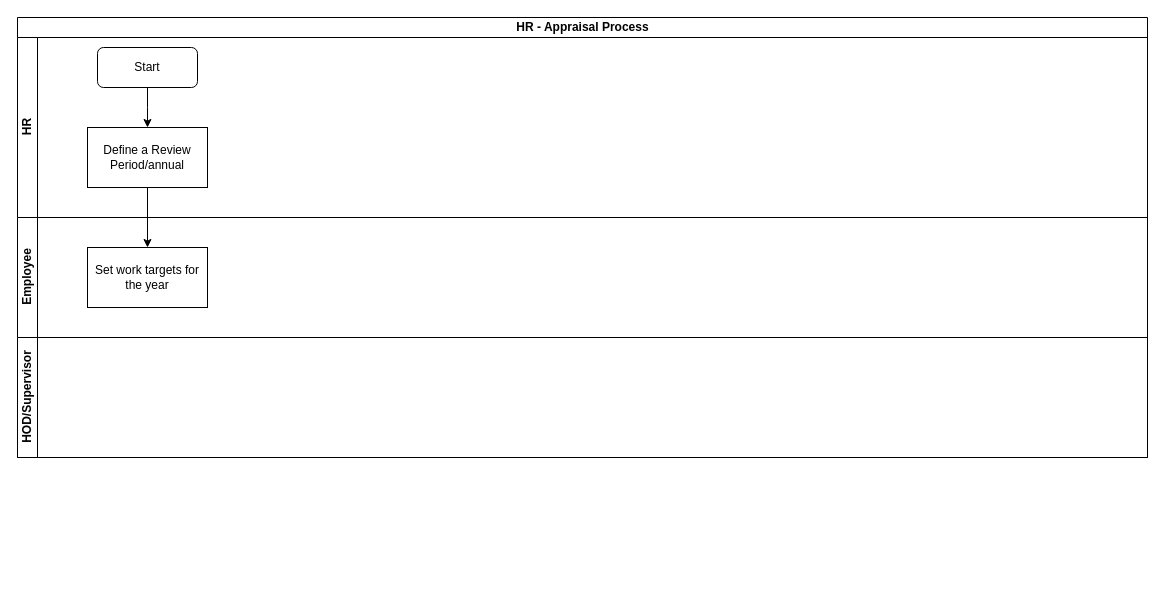
kmagua/flowcharts keeps this draw.io diagram as HR- Staff Performance Appraisal.drawio. Above is the earlier version. Source tidied: cells renumbered, new cells numbered last; positions are measured from the earlier drawing's top-left corner, leaving out a move shared by most shapes. Both pictures are drawn from the tidied source at 100%, with x=0, y=0 at pixel (17, 17).
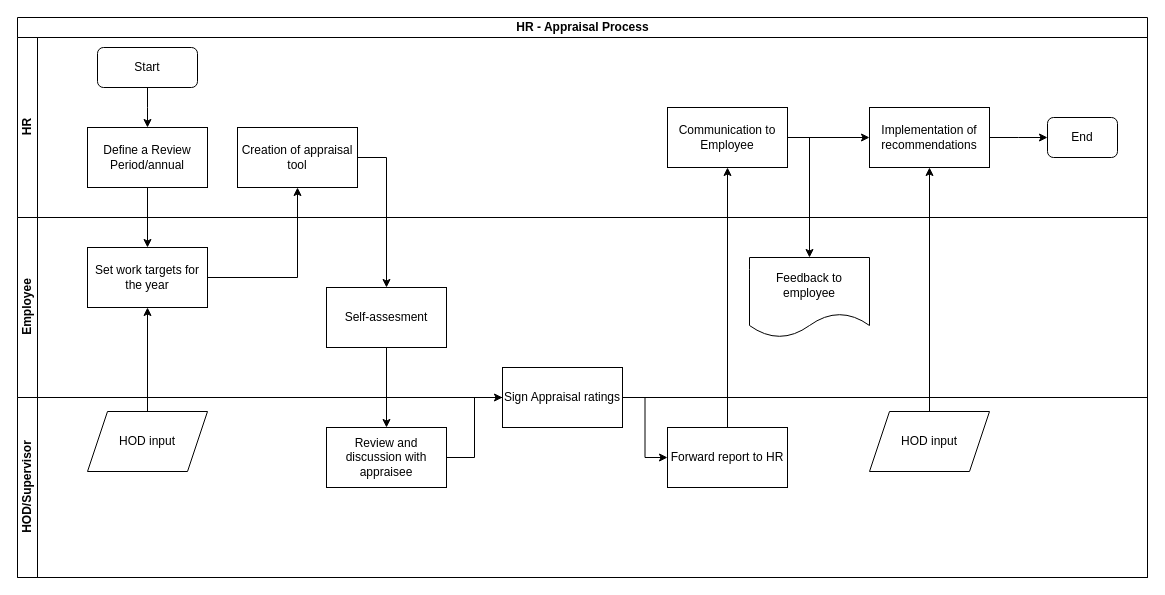
The same diagram, later.

Unchanged cells that the change refers to:
```xml
<mxCell id="3" value="HR" style="swimlane;html=1;startSize=20;horizontal=0;" parent="2" vertex="1">
  <mxGeometry y="20" width="1130" height="180" as="geometry" />
</mxCell>
<mxCell id="7" value="Set work targets for the year" style="whiteSpace=wrap;html=1;rounded=0;" parent="6" vertex="1">
  <mxGeometry x="70" y="30" width="120" height="60" as="geometry" />
</mxCell>
```

Change to the diagram source:
```diff
@@
     <mxCell id="2" value="HR - Appraisal Process" style="swimlane;html=1;horizontal=1;startSize=20;" parent="1" vertex="1">
-      <mxGeometry width="1130" height="440" as="geometry" />
+      <mxGeometry width="1130" height="560" as="geometry" />
     </mxCell>
@@
+    <mxCell id="11" value="End" style="rounded=1;whiteSpace=wrap;html=1;" parent="3" vertex="1">
+      <mxGeometry x="1030" y="80" width="70" height="40" as="geometry" />
+    </mxCell>
+    <mxCell id="12" value="Communication to Employee" style="whiteSpace=wrap;html=1;rounded=0;" parent="3" vertex="1">
+      <mxGeometry x="650" y="70" width="120" height="60" as="geometry" />
+    </mxCell>
@@
+    <mxCell id="13" value="Creation of appraisal tool" style="whiteSpace=wrap;html=1;rounded=0;" parent="3" vertex="1">
+      <mxGeometry x="220" y="90" width="120" height="60" as="geometry" />
+    </mxCell>
+    <mxCell id="14" value="Implementation of recommendations" style="rounded=0;whiteSpace=wrap;html=1;" parent="3" vertex="1">
+      <mxGeometry x="852" y="70" width="120" height="60" as="geometry" />
+    </mxCell>
+    <mxCell id="15" style="endArrow=classic;html=1;entryX=0;entryY=0.5;entryDx=0;entryDy=0;exitX=1;exitY=0.5;exitDx=0;exitDy=0;" parent="3" edge="1" source="12" target="14">
+      <mxGeometry relative="1" as="geometry" />
+    </mxCell>
     <mxCell id="6" value="Employee" style="swimlane;html=1;startSize=20;horizontal=0;" parent="2" vertex="1">
-      <mxGeometry y="200" width="1130" height="120" as="geometry" />
+      <mxGeometry y="200" width="1130" height="180" as="geometry" />
     </mxCell>
@@
+    <mxCell id="16" value="Feedback to employee" style="shape=document;whiteSpace=wrap;html=1;boundedLbl=1;rounded=0;" parent="6" vertex="1">
+      <mxGeometry x="732" y="40" width="120" height="80" as="geometry" />
+    </mxCell>
+    <mxCell id="17" value="Self-assesment" style="whiteSpace=wrap;html=1;rounded=0;" parent="6" vertex="1">
+      <mxGeometry x="309" y="70" width="120" height="60" as="geometry" />
+    </mxCell>
     <mxCell id="8" value="HOD/Supervisor" style="swimlane;html=1;startSize=20;horizontal=0;" parent="2" vertex="1">
-      <mxGeometry y="320" width="1130" height="120" as="geometry" />
+      <mxGeometry y="380" width="1130" height="180" as="geometry" />
     </mxCell>
+    <mxCell id="18" value="HOD input" style="shape=parallelogram;perimeter=parallelogramPerimeter;whiteSpace=wrap;html=1;fixedSize=1;" parent="8" vertex="1">
+      <mxGeometry x="70" y="14" width="120" height="60" as="geometry" />
+    </mxCell>
+    <mxCell id="19" value="HOD input" style="shape=parallelogram;perimeter=parallelogramPerimeter;whiteSpace=wrap;html=1;fixedSize=1;" parent="8" vertex="1">
+      <mxGeometry x="852" y="14" width="120" height="60" as="geometry" />
+    </mxCell>
+    <mxCell id="20" value="Forward report to HR" style="whiteSpace=wrap;html=1;rounded=0;" parent="8" vertex="1">
+      <mxGeometry x="650" y="30" width="120" height="60" as="geometry" />
+    </mxCell>
+    <mxCell id="21" value="Review and discussion with appraisee" style="whiteSpace=wrap;html=1;rounded=0;" parent="8" vertex="1">
+      <mxGeometry x="309" y="30" width="120" height="60" as="geometry" />
+    </mxCell>
+    <mxCell id="22" style="edgeStyle=orthogonalEdgeStyle;rounded=0;jettySize=auto;html=1;" parent="8" edge="1" source="21" target="23">
+      <mxGeometry relative="1" as="geometry" />
+    </mxCell>
+    <mxCell id="23" value="Sign Appraisal ratings" style="whiteSpace=wrap;html=1;rounded=0;" parent="8" vertex="1">
+      <mxGeometry x="485" y="-30" width="120" height="60" as="geometry" />
+    </mxCell>
+    <mxCell id="24" style="edgeStyle=orthogonalEdgeStyle;rounded=0;jettySize=auto;html=1;" parent="8" edge="1" source="23" target="20">
+      <mxGeometry relative="1" as="geometry" />
+    </mxCell>
@@
+    <mxCell id="25" style="endArrow=classic;html=1;exitX=0.5;exitY=0;exitDx=0;exitDy=0;entryX=0.5;entryY=1;entryDx=0;entryDy=0;" parent="2" edge="1" source="18" target="7">
+      <mxGeometry relative="1" as="geometry" />
+    </mxCell>
+    <mxCell id="26" style="edgeStyle=orthogonalEdgeStyle;rounded=0;jettySize=auto;html=1;" parent="2" edge="1" source="7" target="13">
+      <mxGeometry relative="1" as="geometry" />
+    </mxCell>
+    <mxCell id="27" style="edgeStyle=orthogonalEdgeStyle;rounded=0;jettySize=auto;html=1;exitX=1;exitY=0.5;exitDx=0;exitDy=0;" parent="2" edge="1" source="13" target="17">
+      <mxGeometry relative="1" as="geometry" />
+    </mxCell>
+    <mxCell id="28" style="edgeStyle=orthogonalEdgeStyle;rounded=0;jettySize=auto;html=1;" parent="2" edge="1" source="17" target="21">
+      <mxGeometry relative="1" as="geometry" />
+    </mxCell>
+    <mxCell id="29" style="edgeStyle=orthogonalEdgeStyle;rounded=0;jettySize=auto;html=1;" parent="2" edge="1" source="20" target="12">
+      <mxGeometry relative="1" as="geometry" />
+    </mxCell>
+    <mxCell id="30" style="edgeStyle=orthogonalEdgeStyle;rounded=0;jettySize=auto;html=1;" parent="2" edge="1" target="16">
+      <mxGeometry relative="1" as="geometry">
+        <mxPoint x="770" y="120" as="sourcePoint" />
+        <Array as="points">
+          <mxPoint x="792" y="120" />
+        </Array>
+      </mxGeometry>
+    </mxCell>
+    <mxCell id="31" style="edgeStyle=orthogonalEdgeStyle;rounded=0;jettySize=auto;html=1;entryX=0.5;entryY=1;entryDx=0;entryDy=0;" parent="2" edge="1" source="19" target="14">
+      <mxGeometry relative="1" as="geometry" />
+    </mxCell>
+    <mxCell id="32" style="edgeStyle=orthogonalEdgeStyle;rounded=0;jettySize=auto;html=1;" parent="1" edge="1" source="14">
+      <mxGeometry relative="1" as="geometry">
+        <mxPoint x="1030" y="120" as="targetPoint" />
+      </mxGeometry>
+    </mxCell>
```
